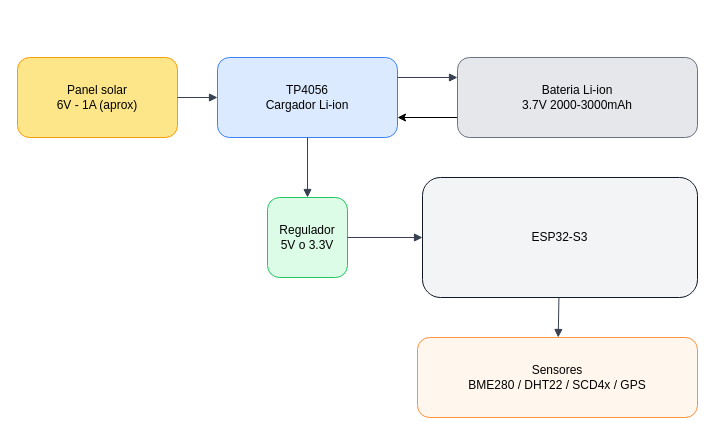
Above: diagramas/circuito.drawio in NicoCG32/Estacion-Meteorologica (draw.io), before the change. Source tidied: cells renumbered, new cells numbered last; positions are measured from the earlier drawing's top-left corner, leaving out a move shared by most shapes. Both pictures are drawn from the tidied source at 100%, with x=0, y=0 at pixel (17, 57).
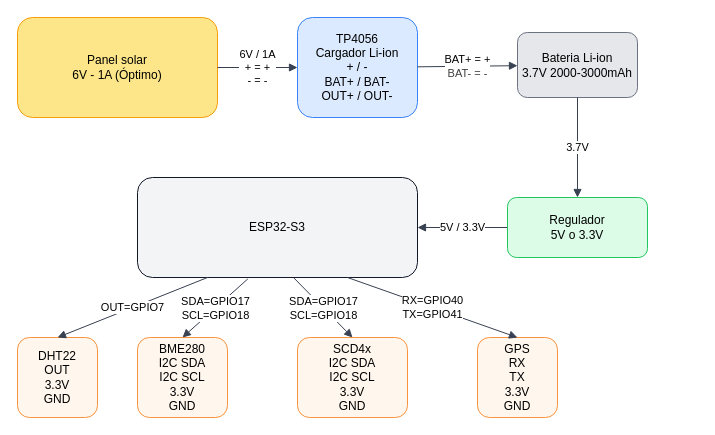
After the change.

Commit message (it also covers changes not shown here):
Diagramas de circuito incluidos y mejoras en la documentación

Diff of the diagram source:
```diff
@@
 <mxGraphModel>
   <root>
     <mxCell id="0" />
     <mxCell id="1" parent="0" />
-    <mxCell id="2" value="Panel solar&lt;div&gt;6V - 1A (aprox)&lt;/div&gt;" style="rounded=1;whiteSpace=wrap;html=1;fillColor=#FDE68A;strokeColor=#F59E0B;" parent="1" vertex="1">
-      <mxGeometry width="160" height="80" as="geometry" />
+    <mxCell id="2" value="Panel solar&lt;div&gt;6V - 1A (Óptimo)&lt;/div&gt;" style="rounded=1;whiteSpace=wrap;html=1;fillColor=#FDE68A;strokeColor=#F59E0B;" parent="1" vertex="1">
+      <mxGeometry y="-40" width="200" height="100" as="geometry" />
     </mxCell>
-    <mxCell id="3" value="TP4056&lt;div&gt;Cargador Li-ion&lt;/div&gt;" style="rounded=1;whiteSpace=wrap;html=1;fillColor=#DBEAFE;strokeColor=#3B82F6;" parent="1" vertex="1">
-      <mxGeometry x="200" width="180" height="80" as="geometry" />
+    <mxCell id="3" value="TP4056&lt;div&gt;Cargador Li-ion&lt;/div&gt;&lt;div&gt;+ / -&lt;/div&gt;&lt;div&gt;BAT+ / BAT-&lt;/div&gt;&lt;div&gt;OUT+ / OUT-&lt;/div&gt;" style="rounded=1;whiteSpace=wrap;html=1;fillColor=#DBEAFE;strokeColor=#3B82F6;" parent="1" vertex="1">
+      <mxGeometry x="280" y="-40" width="120" height="100" as="geometry" />
     </mxCell>
-    <mxCell id="4" style="edgeStyle=none;html=1;exitX=0;exitY=0.75;exitDx=0;exitDy=0;entryX=1;entryY=0.75;entryDx=0;entryDy=0;" parent="1" edge="1" source="5" target="3">
-      <mxGeometry relative="1" as="geometry" />
-    </mxCell>
     <mxCell id="5" value="Bateria Li-ion&lt;div&gt;3.7V 2000-3000mAh&lt;/div&gt;" style="rounded=1;whiteSpace=wrap;html=1;fillColor=#E5E7EB;strokeColor=#6B7280;" parent="1" vertex="1">
-      <mxGeometry x="440" width="240" height="80" as="geometry" />
+      <mxGeometry x="500" y="-25" width="120" height="65" as="geometry" />
     </mxCell>
-    <mxCell id="6" value="Regulador&lt;div&gt;5V o 3.3V&lt;/div&gt;" style="rounded=1;whiteSpace=wrap;html=1;fillColor=#DCFCE7;strokeColor=#22C55E;" parent="1" vertex="1">
-      <mxGeometry x="250" y="140" width="80" height="80" as="geometry" />
-    </mxCell>
     <mxCell id="7" value="ESP32-S3" style="rounded=1;whiteSpace=wrap;html=1;fillColor=#F3F4F6;strokeColor=#111827;" parent="1" vertex="1">
-      <mxGeometry x="405" y="120" width="275" height="120" as="geometry" />
+      <mxGeometry x="120" y="120" width="280" height="100" as="geometry" />
     </mxCell>
-    <mxCell id="8" value="Sensores&lt;div&gt;BME280 / DHT22 / SCD4x / GPS&lt;/div&gt;" style="rounded=1;whiteSpace=wrap;html=1;fillColor=#FFF7ED;strokeColor=#FB923C;" parent="1" vertex="1">
-      <mxGeometry x="400" y="280" width="280" height="80" as="geometry" />
-    </mxCell>
+    <mxCell id="14" value="BME280&lt;div&gt;I2C SDA&lt;br&gt;I2C SCL&lt;br&gt;3.3V&lt;br&gt;GND&lt;/div&gt;" style="rounded=1;whiteSpace=wrap;html=1;fillColor=#FFF7ED;strokeColor=#FB923C;" parent="1" vertex="1">
+      <mxGeometry x="120" y="280" width="90" height="80" as="geometry" />
+    </mxCell>
+    <mxCell id="15" value="SCD4x&lt;br&gt;I2C SDA&lt;br&gt;I2C SCL&lt;br&gt;3.3V&lt;br&gt;GND" style="rounded=1;whiteSpace=wrap;html=1;fillColor=#FFF7ED;strokeColor=#FB923C;" parent="1" vertex="1">
+      <mxGeometry x="280" y="280" width="110" height="80" as="geometry" />
+    </mxCell>
+    <mxCell id="16" value="DHT22&lt;div&gt;OUT&lt;/div&gt;&lt;div&gt;3.3V&lt;/div&gt;&lt;div&gt;GND&lt;/div&gt;" style="rounded=1;whiteSpace=wrap;html=1;fillColor=#FFF7ED;strokeColor=#FB923C;" parent="1" vertex="1">
+      <mxGeometry y="280" width="80" height="80" as="geometry" />
+    </mxCell>
+    <mxCell id="17" value="GPS&lt;br&gt;RX&lt;br&gt;TX&lt;br&gt;3.3V&lt;br&gt;GND" style="rounded=1;whiteSpace=wrap;html=1;fillColor=#FFF7ED;strokeColor=#FB923C;" parent="1" vertex="1">
+      <mxGeometry x="460" y="280" width="80" height="80" as="geometry" />
+    </mxCell>
-    <mxCell id="9" style="endArrow=block;html=1;strokeColor=#374151;" parent="1" edge="1" source="2" target="3">
+    <mxCell id="9" value="6V / 1A&lt;div&gt;+ = +&lt;/div&gt;&lt;div&gt;- = -&lt;/div&gt;" style="endArrow=block;html=1;strokeColor=#374151;" parent="1" edge="1" source="2" target="3">
       <mxGeometry relative="1" as="geometry" />
     </mxCell>
-    <mxCell id="10" style="endArrow=block;html=1;strokeColor=#374151;exitX=1;exitY=0.25;exitDx=0;exitDy=0;entryX=0;entryY=0.25;entryDx=0;entryDy=0;" parent="1" edge="1" source="3" target="5">
+    <mxCell id="10" value="BAT+ = +&lt;font color=&quot;#000000&quot;&gt;&lt;br&gt;&lt;/font&gt;&lt;span style=&quot;color: rgb(63, 63, 63); background-color: light-dark(#ffffff, var(--ge-dark-color, #121212));&quot;&gt;BAT- = -&lt;/span&gt;" style="endArrow=block;html=1;strokeColor=#374151;" parent="1" edge="1" source="3" target="5">
       <mxGeometry relative="1" as="geometry" />
     </mxCell>
-    <mxCell id="11" style="endArrow=block;html=1;strokeColor=#374151;exitX=0.5;exitY=1;exitDx=0;exitDy=0;" parent="1" edge="1" source="3" target="6">
+    <mxCell id="11" value="3.7V" style="endArrow=block;html=1;strokeColor=#374151;exitX=0.5;exitY=1;exitDx=0;exitDy=0;" parent="1" edge="1" source="5" target="6">
       <mxGeometry relative="1" as="geometry" />
     </mxCell>
-    <mxCell id="12" style="endArrow=block;html=1;strokeColor=#374151;" parent="1" edge="1" source="6" target="7">
+    <mxCell id="12" value="5V / 3.3V" style="endArrow=block;html=1;strokeColor=#374151;entryX=1;entryY=0.5;entryDx=0;entryDy=0;" parent="1" edge="1" source="6" target="7">
       <mxGeometry relative="1" as="geometry" />
     </mxCell>
-    <mxCell id="13" style="endArrow=block;html=1;strokeColor=#374151;" parent="1" edge="1" source="7" target="8">
+    <mxCell id="13" value="SDA=GPIO17&lt;br&gt;SCL=GPIO18" style="endArrow=block;html=1;strokeColor=#374151;entryX=0.5;entryY=0;entryDx=0;entryDy=0;exitX=0.394;exitY=1.014;exitDx=0;exitDy=0;exitPerimeter=0;" parent="1" edge="1" source="7" target="14">
       <mxGeometry relative="1" as="geometry" />
     </mxCell>
+    <mxCell id="18" value="SDA=GPIO17&lt;div&gt;SCL=GPIO18&lt;/div&gt;" style="endArrow=block;html=1;strokeColor=#374151;exitX=0.559;exitY=1.006;exitDx=0;exitDy=0;entryX=0.5;entryY=0;entryDx=0;entryDy=0;exitPerimeter=0;" parent="1" edge="1" source="7" target="15">
+      <mxGeometry relative="1" as="geometry" />
+    </mxCell>
+    <mxCell id="19" value="OUT=GPIO7" style="endArrow=block;html=1;strokeColor=#374151;exitX=0.25;exitY=1;exitDx=0;exitDy=0;entryX=0.5;entryY=0;entryDx=0;entryDy=0;" parent="1" edge="1" source="7" target="16">
+      <mxGeometry relative="1" as="geometry" />
+    </mxCell>
+    <mxCell id="20" value="RX=GPIO40&lt;div&gt;TX=GPIO41&lt;/div&gt;" style="endArrow=block;html=1;strokeColor=#374151;entryX=0.5;entryY=0;entryDx=0;entryDy=0;exitX=0.75;exitY=1;exitDx=0;exitDy=0;" parent="1" edge="1" source="7" target="17">
+      <mxGeometry relative="1" as="geometry" />
+    </mxCell>
+    <mxCell id="6" value="Regulador&lt;div&gt;5V o 3.3V&lt;/div&gt;" style="rounded=1;whiteSpace=wrap;html=1;fillColor=#DCFCE7;strokeColor=#22C55E;" parent="1" vertex="1">
+      <mxGeometry x="490" y="140" width="140" height="60" as="geometry" />
+    </mxCell>
   </root>
 </mxGraphModel>
```
